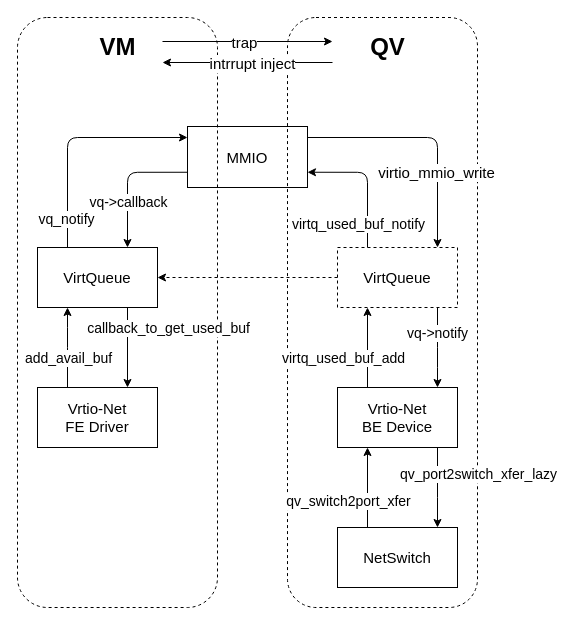
Above: page "第 3 页" (3 of 4) of virtio-net.drawio in SongXiaoLongg/DrawIO (draw.io), before the change. Source tidied: cells renumbered, new cells numbered last; positions are measured from the earlier drawing's top-left corner, leaving out a move shared by most shapes. Both pictures are drawn from the tidied source at 100%, with x=0, y=0 at pixel (17, 17).
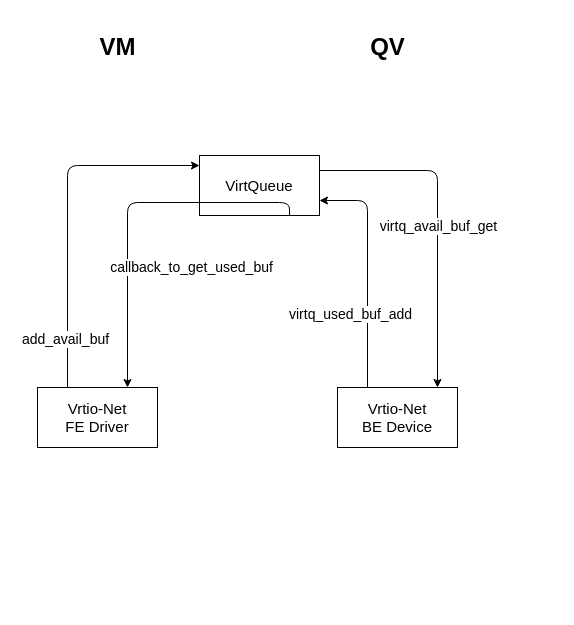
After the change.

The change refers to these unchanged cells:
```xml
<mxCell id="6" value="Vrtio-Net&lt;br&gt;FE Driver" style="rounded=0;whiteSpace=wrap;html=1;labelBackgroundColor=none;strokeColor=default;fontSize=15;fontColor=default;fillColor=none;" parent="1" vertex="1">
  <mxGeometry x="20" y="370" width="120" height="60" as="geometry" />
</mxCell>
<mxCell id="27" value="Vrtio-Net&lt;br&gt;BE Device" style="whiteSpace=wrap;html=1;fontSize=15;fillColor=none;rounded=0;labelBackgroundColor=none;" parent="1" vertex="1">
  <mxGeometry x="320" y="370" width="120" height="60" as="geometry" />
</mxCell>
```

What changed in the source:
```diff
@@
-    <mxCell id="2" style="rounded=1;whiteSpace=wrap;html=1;labelBackgroundColor=none;fontSize=14;fillColor=none;dashed=1;" parent="1" vertex="1">
-      <mxGeometry width="200" height="590" as="geometry" />
-    </mxCell>
-    <mxCell id="3" style="rounded=1;whiteSpace=wrap;html=1;labelBackgroundColor=none;fontSize=14;fillColor=none;dashed=1;" parent="1" vertex="1">
-      <mxGeometry x="270" width="190" height="590" as="geometry" />
-    </mxCell>
     <mxCell id="4" style="edgeStyle=orthogonalEdgeStyle;jettySize=auto;html=1;strokeWidth=1;fontSize=14;" parent="1" edge="1" source="6" target="11">
       <mxGeometry relative="1" as="geometry">
         <Array as="points">
-          <mxPoint x="50" y="320" />
-          <mxPoint x="50" y="320" />
+          <mxPoint x="50" y="148" />
         </Array>
       </mxGeometry>
     </mxCell>
     <mxCell id="5" value="add_avail_buf" style="edgeLabel;html=1;align=center;verticalAlign=middle;fontSize=14;" parent="4" vertex="1">
       <mxGeometry x="0.18" y="1" relative="1" as="geometry">
-        <mxPoint x="1" y="17" as="offset" />
+        <mxPoint x="-2" y="160" as="offset" />
       </mxGeometry>
     </mxCell>
@@
-    <mxCell id="7" style="edgeStyle=orthogonalEdgeStyle;jettySize=auto;html=1;strokeWidth=1;fontSize=14;" parent="1" edge="1" source="11" target="16">
-      <mxGeometry relative="1" as="geometry">
-        <Array as="points">
-          <mxPoint x="50" y="120" />
-        </Array>
-      </mxGeometry>
-    </mxCell>
-    <mxCell id="8" value="vq_notify" style="edgeLabel;html=1;align=center;verticalAlign=middle;fontSize=14;" parent="7" vertex="1">
-      <mxGeometry x="-0.44" y="2" relative="1" as="geometry">
-        <mxPoint y="35" as="offset" />
-      </mxGeometry>
-    </mxCell>
     <mxCell id="9" style="edgeStyle=orthogonalEdgeStyle;jettySize=auto;html=1;exitX=0.75;exitY=1;exitDx=0;exitDy=0;entryX=0.75;entryY=0;entryDx=0;entryDy=0;strokeWidth=1;fontSize=14;" parent="1" edge="1" source="11" target="6">
-      <mxGeometry relative="1" as="geometry" />
+      <mxGeometry relative="1" as="geometry">
+        <Array as="points">
+          <mxPoint x="110" y="185" />
+        </Array>
+      </mxGeometry>
     </mxCell>
     <mxCell id="10" value="callback_to_get_used_buf" style="edgeLabel;html=1;align=center;verticalAlign=middle;fontSize=14;" parent="9" vertex="1">
       <mxGeometry x="-0.22" relative="1" as="geometry">
-        <mxPoint x="40" y="-11" as="offset" />
+        <mxPoint x="28" y="64" as="offset" />
       </mxGeometry>
     </mxCell>
     <mxCell id="11" value="VirtQueue" style="whiteSpace=wrap;html=1;fontSize=15;fillColor=none;rounded=0;labelBackgroundColor=none;" parent="1" vertex="1">
-      <mxGeometry x="20" y="230" width="120" height="60" as="geometry" />
+      <mxGeometry x="182" y="138" width="120" height="60" as="geometry" />
     </mxCell>
-    <mxCell id="12" style="edgeStyle=orthogonalEdgeStyle;jettySize=auto;html=1;strokeWidth=1;fontSize=14;" parent="1" edge="1" source="16" target="22">
-      <mxGeometry relative="1" as="geometry">
-        <Array as="points">
-          <mxPoint x="420" y="120" />
-        </Array>
-      </mxGeometry>
-    </mxCell>
-    <mxCell id="13" value="virtio_mmio_write" style="edgeLabel;html=1;align=center;verticalAlign=middle;fontSize=15;" parent="12" vertex="1">
-      <mxGeometry x="0.37" y="-2" relative="1" as="geometry" />
-    </mxCell>
-    <mxCell id="14" style="edgeStyle=orthogonalEdgeStyle;jettySize=auto;html=1;exitX=0;exitY=0.75;exitDx=0;exitDy=0;entryX=0.75;entryY=0;entryDx=0;entryDy=0;strokeWidth=1;fontSize=14;" parent="1" edge="1" source="16" target="11">
-      <mxGeometry relative="1" as="geometry" />
-    </mxCell>
-    <mxCell id="15" value="vq-&amp;gt;callback" style="edgeLabel;html=1;align=center;verticalAlign=middle;fontSize=14;" parent="14" vertex="1">
-      <mxGeometry x="0.33" relative="1" as="geometry" />
-    </mxCell>
-    <mxCell id="16" value="MMIO" style="whiteSpace=wrap;html=1;fontSize=15;fillColor=none;rounded=0;labelBackgroundColor=none;" parent="1" vertex="1">
-      <mxGeometry x="170" y="109" width="120" height="61" as="geometry" />
-    </mxCell>
-    <mxCell id="17" style="edgeStyle=orthogonalEdgeStyle;jettySize=auto;html=1;entryX=1;entryY=0.5;entryDx=0;entryDy=0;strokeWidth=1;fontSize=14;dashed=1;" parent="1" edge="1" source="22" target="11">
-      <mxGeometry relative="1" as="geometry" />
-    </mxCell>
-    <mxCell id="18" style="edgeStyle=orthogonalEdgeStyle;jettySize=auto;html=1;strokeWidth=1;fontSize=14;" parent="1" edge="1" source="22" target="27">
+    <mxCell id="18" style="edgeStyle=orthogonalEdgeStyle;jettySize=auto;html=1;strokeWidth=1;fontSize=14;exitX=1;exitY=0.25;exitDx=0;exitDy=0;" parent="1" edge="1" source="11" target="27">
       <mxGeometry relative="1" as="geometry">
         <Array as="points">
-          <mxPoint x="420" y="340" />
-          <mxPoint x="420" y="340" />
+          <mxPoint x="420" y="153" />
         </Array>
       </mxGeometry>
     </mxCell>
-    <mxCell id="19" value="vq-&amp;gt;notify" style="edgeLabel;html=1;align=center;verticalAlign=middle;fontSize=14;" parent="18" vertex="1">
-      <mxGeometry x="-0.37" y="-1" relative="1" as="geometry" />
+    <mxCell id="19" value="virtq_avail_buf_get" style="edgeLabel;html=1;align=center;verticalAlign=middle;fontSize=14;" parent="18" vertex="1">
+      <mxGeometry x="-0.37" y="-1" relative="1" as="geometry">
+        <mxPoint x="12" y="54" as="offset" />
+      </mxGeometry>
     </mxCell>
-    <mxCell id="20" style="edgeStyle=orthogonalEdgeStyle;jettySize=auto;html=1;exitX=0.25;exitY=0;exitDx=0;exitDy=0;entryX=1;entryY=0.75;entryDx=0;entryDy=0;strokeWidth=1;fontSize=14;" parent="1" edge="1" source="22" target="16">
-      <mxGeometry relative="1" as="geometry" />
-    </mxCell>
-    <mxCell id="21" value="virtq_used_buf_notify" style="edgeLabel;html=1;align=center;verticalAlign=middle;fontSize=14;" parent="20" vertex="1">
-      <mxGeometry x="-0.65" y="2" relative="1" as="geometry">
-        <mxPoint x="-8" as="offset" />
-      </mxGeometry>
-    </mxCell>
-    <mxCell id="22" value="VirtQueue" style="whiteSpace=wrap;html=1;fontSize=15;fillColor=none;rounded=0;labelBackgroundColor=none;dashed=1;" parent="1" vertex="1">
-      <mxGeometry x="320" y="230" width="120" height="60" as="geometry" />
-    </mxCell>
-    <mxCell id="23" style="edgeStyle=orthogonalEdgeStyle;jettySize=auto;html=1;strokeWidth=1;fontSize=14;" parent="1" edge="1" source="27" target="30">
-      <mxGeometry relative="1" as="geometry">
-        <Array as="points">
-          <mxPoint x="420" y="470" />
-          <mxPoint x="420" y="470" />
-        </Array>
-      </mxGeometry>
-    </mxCell>
-    <mxCell id="24" value="qv_port2switch_xfer_lazy" style="edgeLabel;html=1;align=center;verticalAlign=middle;fontSize=14;labelBackgroundColor=default;" parent="23" vertex="1">
-      <mxGeometry x="-0.34" relative="1" as="geometry">
-        <mxPoint x="40" as="offset" />
-      </mxGeometry>
-    </mxCell>
-    <mxCell id="25" style="edgeStyle=orthogonalEdgeStyle;jettySize=auto;html=1;exitX=0.25;exitY=0;exitDx=0;exitDy=0;entryX=0.25;entryY=1;entryDx=0;entryDy=0;strokeWidth=1;fontSize=14;" parent="1" edge="1" source="27" target="22">
+    <mxCell id="25" style="edgeStyle=orthogonalEdgeStyle;jettySize=auto;html=1;exitX=0.25;exitY=0;exitDx=0;exitDy=0;entryX=1;entryY=0.75;entryDx=0;entryDy=0;strokeWidth=1;fontSize=14;" parent="1" edge="1" source="27" target="11">
       <mxGeometry relative="1" as="geometry" />
     </mxCell>
     <mxCell id="26" value="virtq_used_buf_add" style="edgeLabel;html=1;align=center;verticalAlign=middle;fontSize=14;" parent="25" vertex="1">
       <mxGeometry x="-0.2" y="3" relative="1" as="geometry">
-        <mxPoint x="-22" y="2" as="offset" />
+        <mxPoint x="-15" y="20" as="offset" />
       </mxGeometry>
     </mxCell>
@@
-    <mxCell id="28" style="edgeStyle=orthogonalEdgeStyle;jettySize=auto;html=1;exitX=0.25;exitY=0;exitDx=0;exitDy=0;entryX=0.25;entryY=1;entryDx=0;entryDy=0;strokeWidth=1;fontSize=14;" parent="1" edge="1" source="30" target="27">
-      <mxGeometry relative="1" as="geometry" />
-    </mxCell>
-    <mxCell id="29" value="qv_switch2port_xfer" style="edgeLabel;html=1;align=center;verticalAlign=middle;fontSize=14;" parent="28" vertex="1">
-      <mxGeometry x="-0.32" y="-2" relative="1" as="geometry">
-        <mxPoint x="-22" as="offset" />
-      </mxGeometry>
-    </mxCell>
-    <mxCell id="30" value="NetSwitch" style="whiteSpace=wrap;html=1;fontSize=15;fillColor=none;rounded=0;labelBackgroundColor=none;" parent="1" vertex="1">
-      <mxGeometry x="320" y="510" width="120" height="60" as="geometry" />
-    </mxCell>
@@
-    <mxCell id="33" style="endArrow=classic;html=1;strokeWidth=1;fontSize=14;exitX=1;exitY=0.5;exitDx=0;exitDy=0;" parent="1" edge="1">
-      <mxGeometry relative="1" as="geometry">
-        <mxPoint x="145" y="24" as="sourcePoint" />
-        <mxPoint x="315" y="24" as="targetPoint" />
-      </mxGeometry>
-    </mxCell>
-    <mxCell id="34" value="&lt;font style=&quot;font-size: 15px;&quot;&gt;trap&lt;/font&gt;" style="edgeLabel;html=1;align=center;verticalAlign=middle;fontSize=14;" parent="33" vertex="1">
-      <mxGeometry x="-0.05" relative="1" as="geometry" />
-    </mxCell>
-    <mxCell id="35" style="endArrow=classic;html=1;strokeWidth=1;fontSize=14;exitX=1;exitY=0.5;exitDx=0;exitDy=0;" parent="1" edge="1">
-      <mxGeometry relative="1" as="geometry">
-        <mxPoint x="315" y="45" as="sourcePoint" />
-        <mxPoint x="145" y="45" as="targetPoint" />
-      </mxGeometry>
-    </mxCell>
-    <mxCell id="36" value="&lt;font style=&quot;font-size: 15px;&quot;&gt;intrrupt inject&lt;/font&gt;" style="edgeLabel;html=1;align=center;verticalAlign=middle;fontSize=14;" parent="35" vertex="1">
-      <mxGeometry x="-0.05" relative="1" as="geometry" />
-    </mxCell>
```
